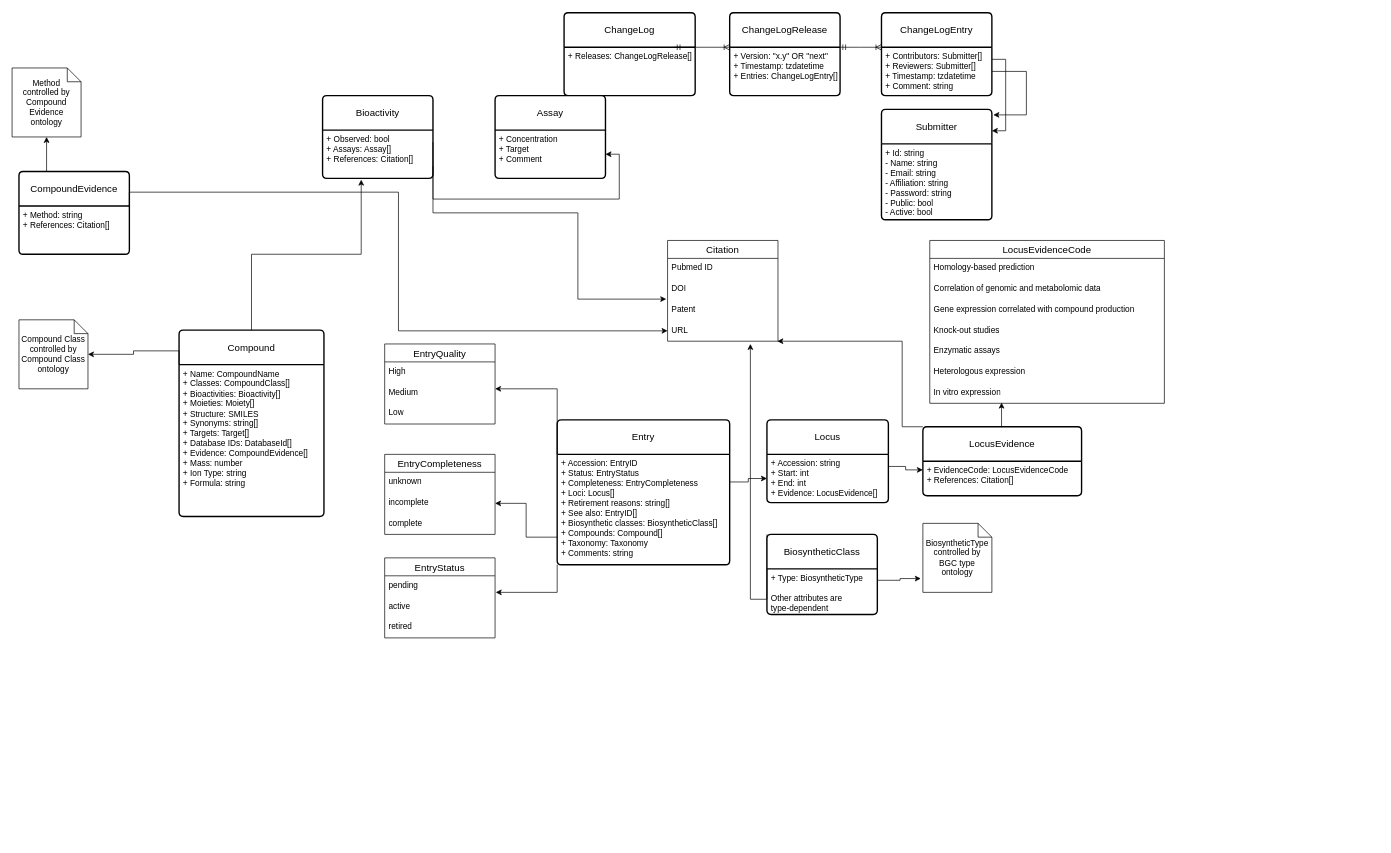
This is mibig.drawio from mibig-secmet/schema, a draw.io file, before an edit. Source tidied: cells renumbered, new cells numbered last; positions are measured from the earlier drawing's top-left corner, leaving out a move shared by most shapes. Both pictures are drawn from the tidied source at 69%, with x=0, y=0 at pixel (12, 12).
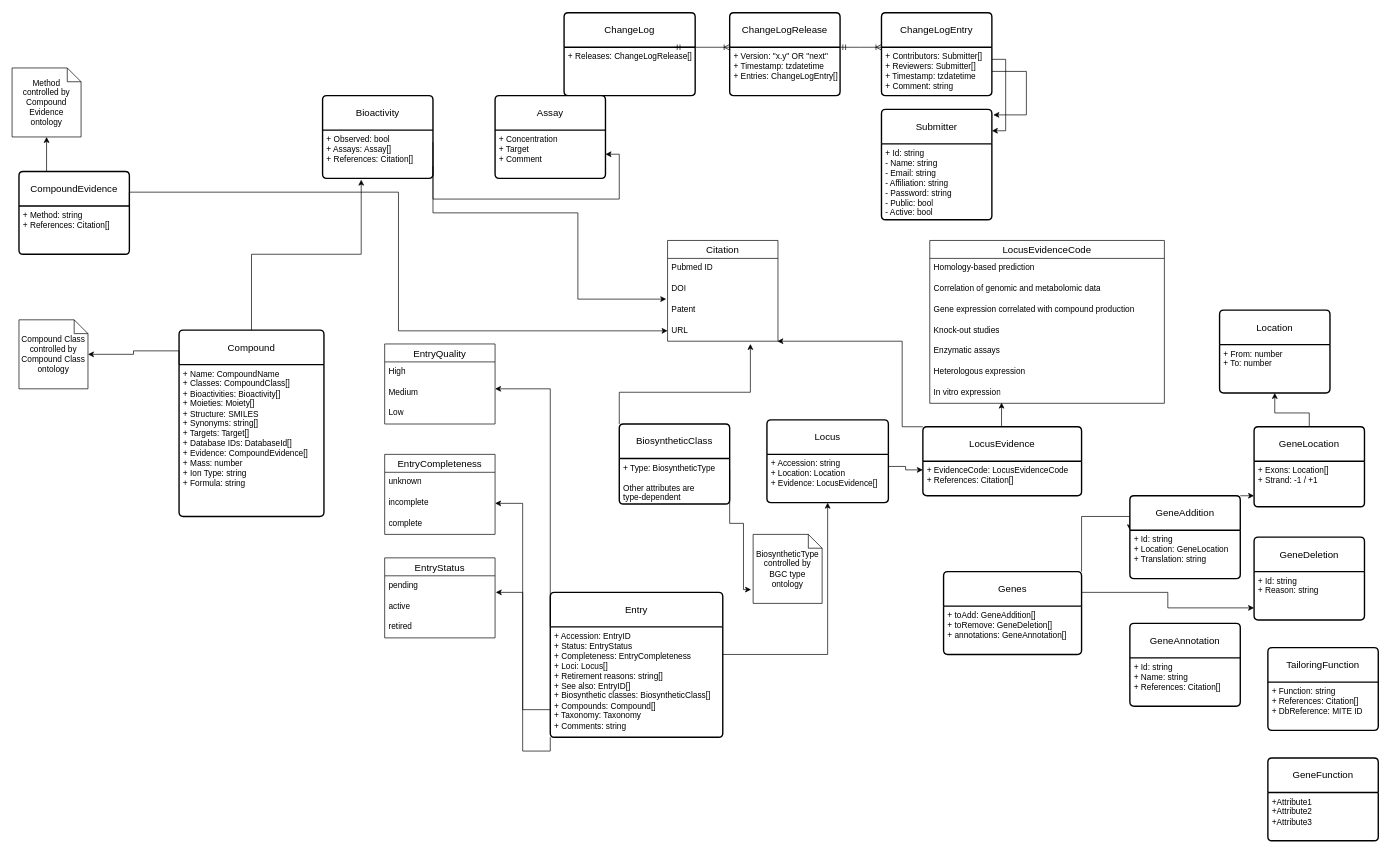
Above is the later version.

Commit message (it also covers changes not shown here):
schemas: start working on genes schema

The change refers to these unchanged cells:
```xml
<mxCell id="19" value="Locus" style="swimlane;horizontal=1;startSize=50;rounded=1;fontSize=14;fontStyle=0;strokeWidth=2;shadow=0;dashed=0;align=center;arcSize=4;whiteSpace=wrap;html=1;" parent="1" vertex="1">
  <mxGeometry x="1094" y="590" width="176" height="120" as="geometry" />
</mxCell>
<mxCell id="60" value="+ Type: BiosyntheticType&lt;br&gt;&lt;br&gt;Other attributes are&lt;br&gt;type-dependent&lt;br&gt;" style="align=left;strokeColor=none;fillColor=none;spacingLeft=4;fontSize=12;verticalAlign=top;html=1;" parent="59" vertex="1">
  <mxGeometry y="50" width="160" height="66" as="geometry" />
</mxCell>
```

Change to the diagram source:
```diff
@@
-    <mxCell id="20" value="+ Accession: string&lt;br&gt;+ Start: int&lt;br&gt;+ End: int&lt;br&gt;+ Evidence: LocusEvidence[]" style="align=left;strokeColor=none;fillColor=none;spacingLeft=4;fontSize=12;verticalAlign=top;html=1;" parent="19" vertex="1">
+    <mxCell id="20" value="+ Accession: string&lt;br&gt;+ Location: Location&lt;br&gt;+ Evidence: LocusEvidence[]" style="align=left;strokeColor=none;fillColor=none;spacingLeft=4;fontSize=12;verticalAlign=top;html=1;" parent="19" vertex="1">
       <mxGeometry y="50" width="176" height="70" as="geometry" />
     </mxCell>
     <mxCell id="21" value="Entry" style="swimlane;horizontal=1;startSize=50;rounded=1;fontSize=14;fontStyle=0;strokeWidth=2;shadow=0;dashed=0;align=center;arcSize=4;whiteSpace=wrap;html=1;" parent="1" vertex="1">
-      <mxGeometry x="790" y="590" width="250" height="210" as="geometry" />
+      <mxGeometry x="780" y="840" width="250" height="210" as="geometry" />
     </mxCell>
@@
     <mxCell id="58" style="edgeStyle=orthogonalEdgeStyle;rounded=0;jettySize=auto;html=1;exitX=0;exitY=0;exitDx=0;exitDy=0;" parent="1" edge="1" source="59">
       <mxGeometry relative="1" as="geometry">
         <mxPoint x="1070" y="480" as="targetPoint" />
         <Array as="points">
-          <mxPoint x="1070" y="850" />
+          <mxPoint x="880" y="550" />
+          <mxPoint x="1070" y="550" />
         </Array>
       </mxGeometry>
     </mxCell>
     <mxCell id="59" value="BiosyntheticClass" style="swimlane;horizontal=1;startSize=50;rounded=1;fontSize=14;fontStyle=0;strokeWidth=2;shadow=0;dashed=0;align=center;arcSize=4;whiteSpace=wrap;html=1;" parent="1" vertex="1">
-      <mxGeometry x="1094" y="756" width="160" height="116" as="geometry" />
+      <mxGeometry x="880" y="596" width="160" height="116" as="geometry" />
     </mxCell>
@@
     <mxCell id="61" value="BiosyntheticType&lt;br&gt;controlled by&lt;br&gt;BGC type ontology" style="shape=note;size=20;whiteSpace=wrap;html=1;" parent="1" vertex="1">
-      <mxGeometry x="1320" y="740" width="100" height="100" as="geometry" />
+      <mxGeometry x="1074" y="756" width="100" height="100" as="geometry" />
     </mxCell>
     <mxCell id="62" style="edgeStyle=orthogonalEdgeStyle;rounded=0;jettySize=auto;html=1;exitX=1;exitY=0.25;exitDx=0;exitDy=0;entryX=-0.03;entryY=0.8;entryDx=0;entryDy=0;entryPerimeter=0;" parent="1" edge="1" source="60" target="61">
-      <mxGeometry relative="1" as="geometry" />
+      <mxGeometry relative="1" as="geometry">
+        <Array as="points">
+          <mxPoint x="1040" y="740" />
+          <mxPoint x="1060" y="740" />
+          <mxPoint x="1060" y="836" />
+        </Array>
+      </mxGeometry>
     </mxCell>
@@
+    <mxCell id="73" style="edgeStyle=orthogonalEdgeStyle;rounded=0;jettySize=auto;html=1;exitX=1;exitY=0;exitDx=0;exitDy=0;entryX=0;entryY=0;entryDx=0;entryDy=0;" parent="1" edge="1" source="75" target="79">
+      <mxGeometry relative="1" as="geometry" />
+    </mxCell>
+    <mxCell id="74" style="edgeStyle=orthogonalEdgeStyle;rounded=0;jettySize=auto;html=1;exitX=1;exitY=0.25;exitDx=0;exitDy=0;entryX=0;entryY=0.75;entryDx=0;entryDy=0;" parent="1" edge="1" source="75" target="86">
+      <mxGeometry relative="1" as="geometry" />
+    </mxCell>
+    <mxCell id="75" value="Genes" style="swimlane;horizontal=1;startSize=50;rounded=1;fontSize=14;fontStyle=0;strokeWidth=2;shadow=0;dashed=0;align=center;arcSize=4;whiteSpace=wrap;html=1;" parent="1" vertex="1">
+      <mxGeometry x="1350" y="810" width="200" height="120" as="geometry" />
+    </mxCell>
+    <mxCell id="76" value="+ toAdd: GeneAddition[]&lt;br&gt;+ toRemove: GeneDeletion[]&lt;br&gt;+ annotations: GeneAnnotation[]" style="align=left;strokeColor=none;fillColor=none;spacingLeft=4;fontSize=12;verticalAlign=top;html=1;" parent="75" vertex="1">
+      <mxGeometry y="50" width="200" height="70" as="geometry" />
+    </mxCell>
+    <mxCell id="77" style="edgeStyle=orthogonalEdgeStyle;rounded=0;jettySize=auto;html=1;exitX=1;exitY=0;exitDx=0;exitDy=0;entryX=0;entryY=0.75;entryDx=0;entryDy=0;" parent="1" edge="1" source="78" target="81">
+      <mxGeometry relative="1" as="geometry" />
+    </mxCell>
+    <mxCell id="78" value="GeneAddition" style="swimlane;horizontal=1;startSize=50;rounded=1;fontSize=14;fontStyle=0;strokeWidth=2;shadow=0;dashed=0;align=center;arcSize=4;whiteSpace=wrap;html=1;" parent="1" vertex="1">
+      <mxGeometry x="1620" y="700" width="160" height="120" as="geometry" />
+    </mxCell>
+    <mxCell id="79" value="+ Id: string&lt;br&gt;+ Location: GeneLocation&lt;br&gt;+ Translation: string" style="align=left;strokeColor=none;fillColor=none;spacingLeft=4;fontSize=12;verticalAlign=top;html=1;" parent="78" vertex="1">
+      <mxGeometry y="50" width="160" height="70" as="geometry" />
+    </mxCell>
+    <mxCell id="80" value="GeneLocation" style="swimlane;horizontal=1;startSize=50;rounded=1;fontSize=14;fontStyle=0;strokeWidth=2;shadow=0;dashed=0;align=center;arcSize=4;whiteSpace=wrap;html=1;" parent="1" vertex="1">
+      <mxGeometry x="1800" y="600" width="160" height="116" as="geometry" />
+    </mxCell>
+    <mxCell id="81" value="+ Exons: Location[]&lt;br&gt;+ Strand: -1 / +1" style="align=left;strokeColor=none;fillColor=none;spacingLeft=4;fontSize=12;verticalAlign=top;html=1;" parent="80" vertex="1">
+      <mxGeometry y="50" width="160" height="66" as="geometry" />
+    </mxCell>
+    <mxCell id="82" value="Location" style="swimlane;horizontal=1;startSize=50;rounded=1;fontSize=14;fontStyle=0;strokeWidth=2;shadow=0;dashed=0;align=center;arcSize=4;whiteSpace=wrap;html=1;" parent="1" vertex="1">
+      <mxGeometry x="1750" y="431" width="160" height="120" as="geometry" />
+    </mxCell>
+    <mxCell id="83" value="+ From: number&lt;br&gt;+ To: number" style="align=left;strokeColor=none;fillColor=none;spacingLeft=4;fontSize=12;verticalAlign=top;html=1;" parent="82" vertex="1">
+      <mxGeometry y="50" width="160" height="70" as="geometry" />
+    </mxCell>
+    <mxCell id="84" style="edgeStyle=orthogonalEdgeStyle;rounded=0;jettySize=auto;html=1;exitX=0.5;exitY=0;exitDx=0;exitDy=0;entryX=0.5;entryY=1;entryDx=0;entryDy=0;" parent="1" edge="1" source="80" target="83">
+      <mxGeometry relative="1" as="geometry">
+        <Array as="points">
+          <mxPoint x="1880" y="580" />
+          <mxPoint x="1830" y="580" />
+        </Array>
+      </mxGeometry>
+    </mxCell>
+    <mxCell id="85" value="GeneDeletion" style="swimlane;horizontal=1;startSize=50;rounded=1;fontSize=14;fontStyle=0;strokeWidth=2;shadow=0;dashed=0;align=center;arcSize=4;whiteSpace=wrap;html=1;" parent="1" vertex="1">
+      <mxGeometry x="1800" y="760" width="160" height="120" as="geometry" />
+    </mxCell>
+    <mxCell id="86" value="+ Id: string&lt;br&gt;+ Reason: string" style="align=left;strokeColor=none;fillColor=none;spacingLeft=4;fontSize=12;verticalAlign=top;html=1;" parent="85" vertex="1">
+      <mxGeometry y="50" width="160" height="70" as="geometry" />
+    </mxCell>
+    <mxCell id="87" value="GeneAnnotation" style="swimlane;horizontal=1;startSize=50;rounded=1;fontSize=14;fontStyle=0;strokeWidth=2;shadow=0;dashed=0;align=center;arcSize=4;whiteSpace=wrap;html=1;" parent="1" vertex="1">
+      <mxGeometry x="1620" y="885" width="160" height="120" as="geometry" />
+    </mxCell>
+    <mxCell id="88" value="+ Id: string&lt;br&gt;+ Name: string&lt;br&gt;+ References: Citation[]" style="align=left;strokeColor=none;fillColor=none;spacingLeft=4;fontSize=12;verticalAlign=top;html=1;" parent="87" vertex="1">
+      <mxGeometry y="50" width="160" height="70" as="geometry" />
+    </mxCell>
+    <mxCell id="89" value="TailoringFunction" style="swimlane;horizontal=1;startSize=50;rounded=1;fontSize=14;fontStyle=0;strokeWidth=2;shadow=0;dashed=0;align=center;arcSize=4;whiteSpace=wrap;html=1;" parent="1" vertex="1">
+      <mxGeometry x="1820" y="920" width="160" height="120" as="geometry" />
+    </mxCell>
+    <mxCell id="90" value="+ Function: string&lt;br&gt;+ References: Citation[]&lt;br&gt;+ DbReference: MITE ID" style="align=left;strokeColor=none;fillColor=none;spacingLeft=4;fontSize=12;verticalAlign=top;html=1;" parent="89" vertex="1">
+      <mxGeometry y="50" width="160" height="70" as="geometry" />
+    </mxCell>
+    <mxCell id="91" value="GeneFunction" style="swimlane;horizontal=1;startSize=50;rounded=1;fontSize=14;fontStyle=0;strokeWidth=2;shadow=0;dashed=0;align=center;arcSize=4;whiteSpace=wrap;html=1;" parent="1" vertex="1">
+      <mxGeometry x="1820" y="1080" width="160" height="120" as="geometry" />
+    </mxCell>
+    <mxCell id="92" value="+Attribute1&#10;+Attribute2&#10;+Attribute3" style="align=left;strokeColor=none;fillColor=none;spacingLeft=4;fontSize=12;verticalAlign=top;html=1;" parent="91" vertex="1">
+      <mxGeometry y="50" width="160" height="70" as="geometry" />
+    </mxCell>
```
